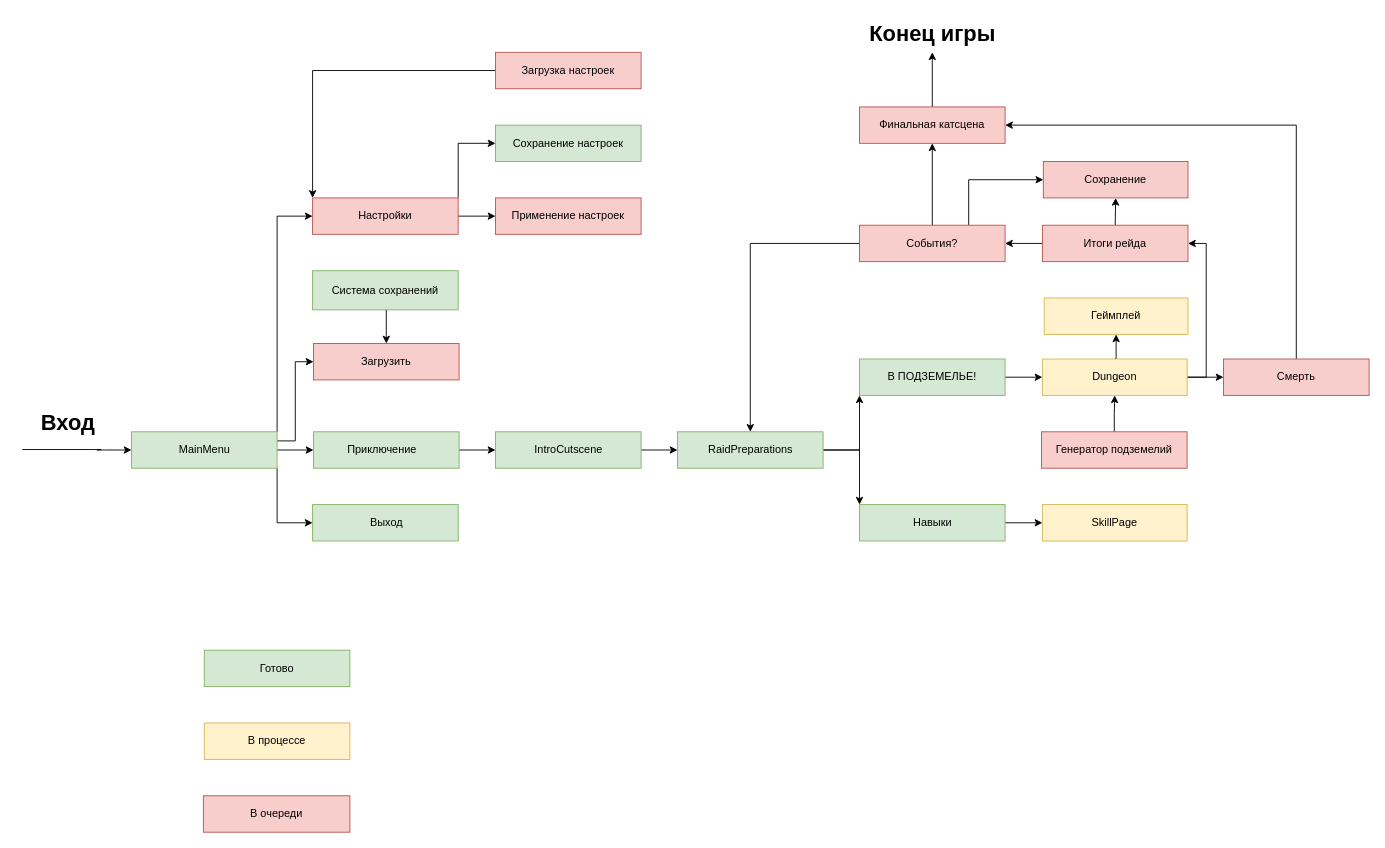
Before: GameScheme.drawio in Akwaena/DungeonMaster, a draw.io diagram. Source tidied: cells renumbered, new cells numbered last; positions are measured from the earlier drawing's top-left corner, leaving out a move shared by most shapes. Both pictures are drawn from the tidied source at 91%, with x=0, y=0 at pixel (22, 15).
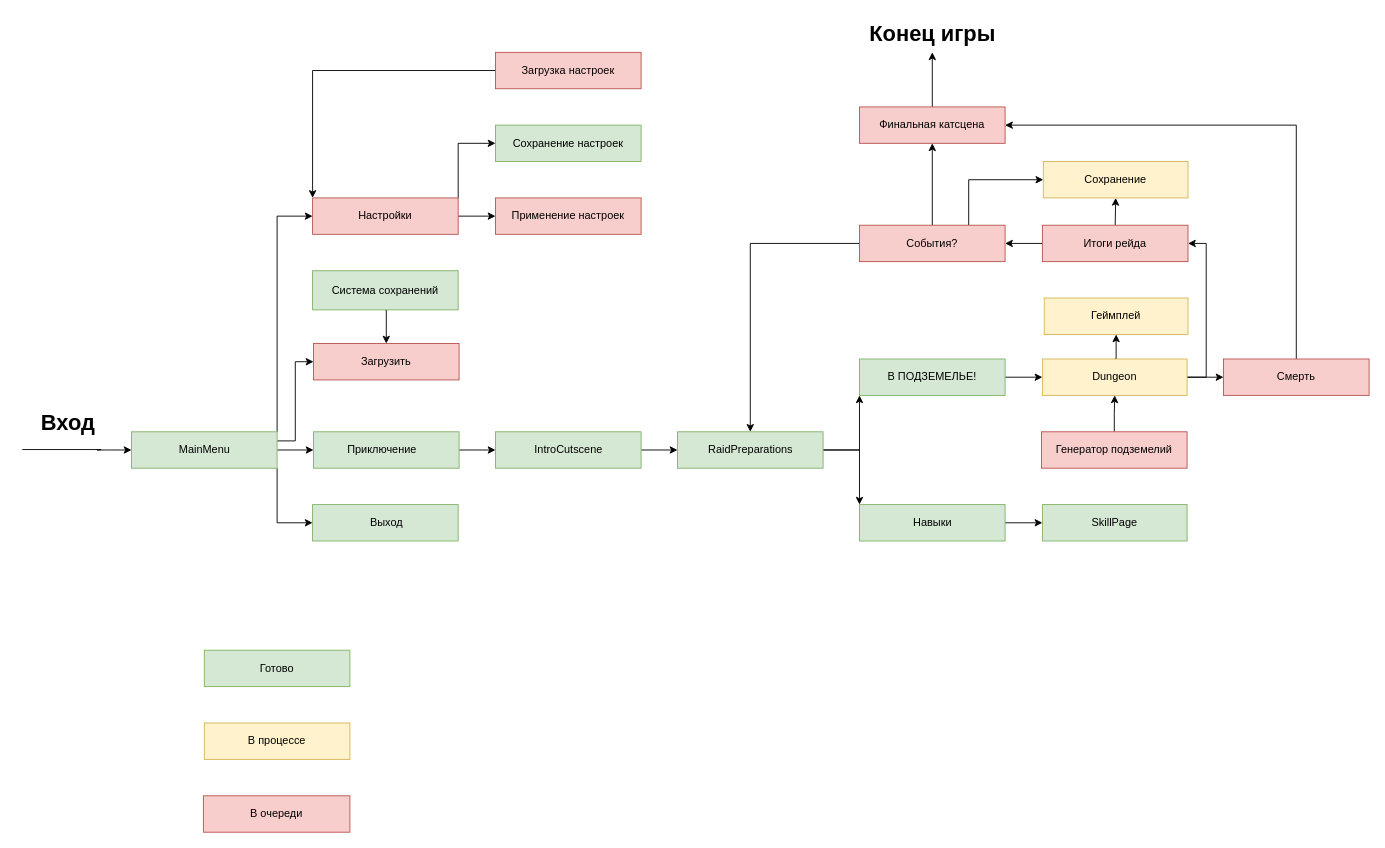
Above is the later version.

What changed in the source:
```diff
@@
-    <mxCell id="31" value="SkillPage" style="whiteSpace=wrap;html=1;fillColor=#fff2cc;strokeColor=#d6b656;" parent="1" vertex="1">
+    <mxCell id="31" value="SkillPage" style="whiteSpace=wrap;html=1;fillColor=#d5e8d4;strokeColor=#82b366;" parent="1" vertex="1">
       <mxGeometry x="1121" y="537" width="159" height="40" as="geometry" />
     </mxCell>
@@
-    <mxCell id="60" value="Сохранение" style="whiteSpace=wrap;html=1;fillColor=#f8cecc;strokeColor=#b85450;" parent="1" vertex="1">
+    <mxCell id="60" value="Сохранение" style="whiteSpace=wrap;html=1;fillColor=#fff2cc;strokeColor=#d6b656;" parent="1" vertex="1">
       <mxGeometry x="1122" y="160" width="159" height="40" as="geometry" />
     </mxCell>
```
